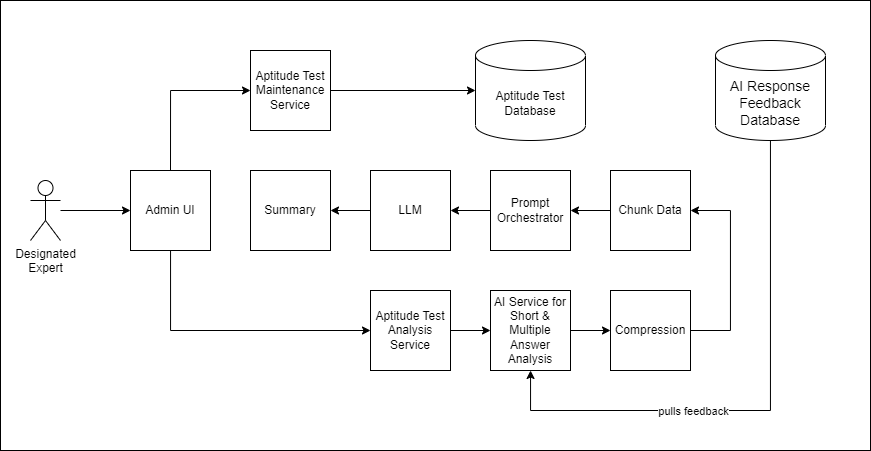
Above: diagrams/admin-expert-ai-refinement.drawio.png in mmat1/skynet-ai-2025 (draw.io), before the change. Source tidied: cells renumbered, new cells last; positions are measured from the earlier drawing's top-left corner, leaving out a move shared by most shapes.
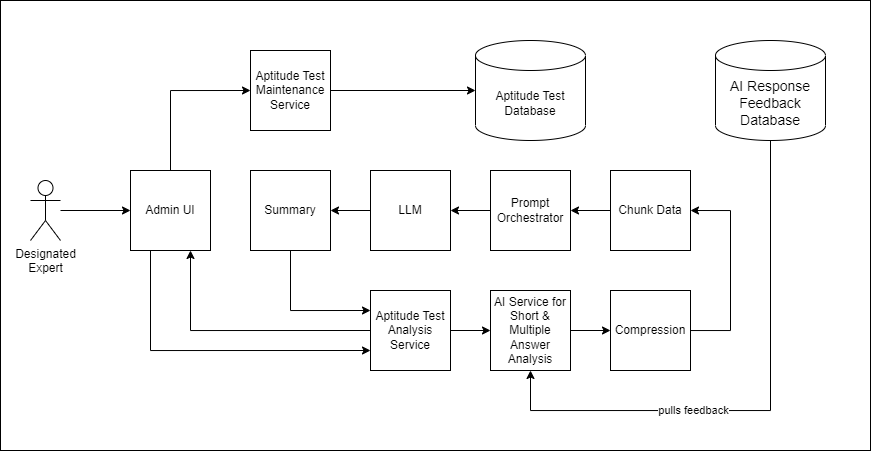
The same file after the commit.

The edit, as a diff of the source:
```diff
@@ -23,16 +23,16 @@
     <mxCell id="8" value="Chunk Data" style="whiteSpace=wrap;html=1;" parent="1" vertex="1">
       <mxGeometry x="610" y="170" width="80" height="80" as="geometry" />
     </mxCell>
+    <mxCell id="10" style="edgeStyle=orthogonalEdgeStyle;rounded=0;jettySize=auto;html=1;exitX=0.5;exitY=0;exitDx=0;exitDy=0;entryX=0;entryY=0.5;entryDx=0;entryDy=0;" parent="1" edge="1" source="11" target="15">
+      <mxGeometry relative="1" as="geometry" />
+    </mxCell>
-    <mxCell id="9" style="edgeStyle=orthogonalEdgeStyle;rounded=0;jettySize=auto;html=1;entryX=0;entryY=0.5;entryDx=0;entryDy=0;" parent="1" edge="1" source="11" target="26">
+    <mxCell id="9" style="edgeStyle=orthogonalEdgeStyle;rounded=0;jettySize=auto;html=1;entryX=0;entryY=0.75;entryDx=0;entryDy=0;exitX=0.25;exitY=1;exitDx=0;exitDy=0;" parent="1" edge="1" source="11" target="26">
       <mxGeometry relative="1" as="geometry">
         <Array as="points">
-          <mxPoint x="170" y="330" />
+          <mxPoint x="150" y="350" />
         </Array>
       </mxGeometry>
     </mxCell>
-    <mxCell id="10" style="edgeStyle=orthogonalEdgeStyle;rounded=0;jettySize=auto;html=1;exitX=0.5;exitY=0;exitDx=0;exitDy=0;entryX=0;entryY=0.5;entryDx=0;entryDy=0;" parent="1" edge="1" source="11" target="15">
-      <mxGeometry relative="1" as="geometry" />
-    </mxCell>
     <mxCell id="11" value="Admin UI" style="whiteSpace=wrap;html=1;" parent="1" vertex="1">
       <mxGeometry x="130" y="170" width="80" height="80" as="geometry" />
     </mxCell>
@@ -59,6 +59,13 @@
     <mxCell id="17" style="edgeStyle=orthogonalEdgeStyle;rounded=0;jettySize=auto;html=1;" parent="1" edge="1" source="6" target="18">
       <mxGeometry relative="1" as="geometry" />
     </mxCell>
+    <mxCell id="27" style="edgeStyle=orthogonalEdgeStyle;rounded=0;jettySize=auto;html=1;entryX=0;entryY=0.25;entryDx=0;entryDy=0;" parent="1" edge="1" source="18" target="26">
+      <mxGeometry relative="1" as="geometry">
+        <Array as="points">
+          <mxPoint x="290" y="310" />
+        </Array>
+      </mxGeometry>
+    </mxCell>
     <mxCell id="18" value="Summary" style="whiteSpace=wrap;html=1;" parent="1" vertex="1">
       <mxGeometry x="250" y="170" width="80" height="80" as="geometry" />
     </mxCell>
@@ -88,6 +95,9 @@
     <mxCell id="25" style="edgeStyle=orthogonalEdgeStyle;rounded=0;jettySize=auto;html=1;" parent="1" edge="1" source="26" target="22">
       <mxGeometry relative="1" as="geometry" />
     </mxCell>
+    <mxCell id="28" style="edgeStyle=orthogonalEdgeStyle;rounded=0;jettySize=auto;html=1;exitX=0;exitY=0.5;exitDx=0;exitDy=0;entryX=0.75;entryY=1;entryDx=0;entryDy=0;" parent="1" edge="1" source="26" target="11">
+      <mxGeometry relative="1" as="geometry" />
+    </mxCell>
     <mxCell id="26" value="Aptitude Test Analysis Service" style="whiteSpace=wrap;html=1;" parent="1" vertex="1">
       <mxGeometry x="370" y="290" width="80" height="80" as="geometry" />
     </mxCell>
```
